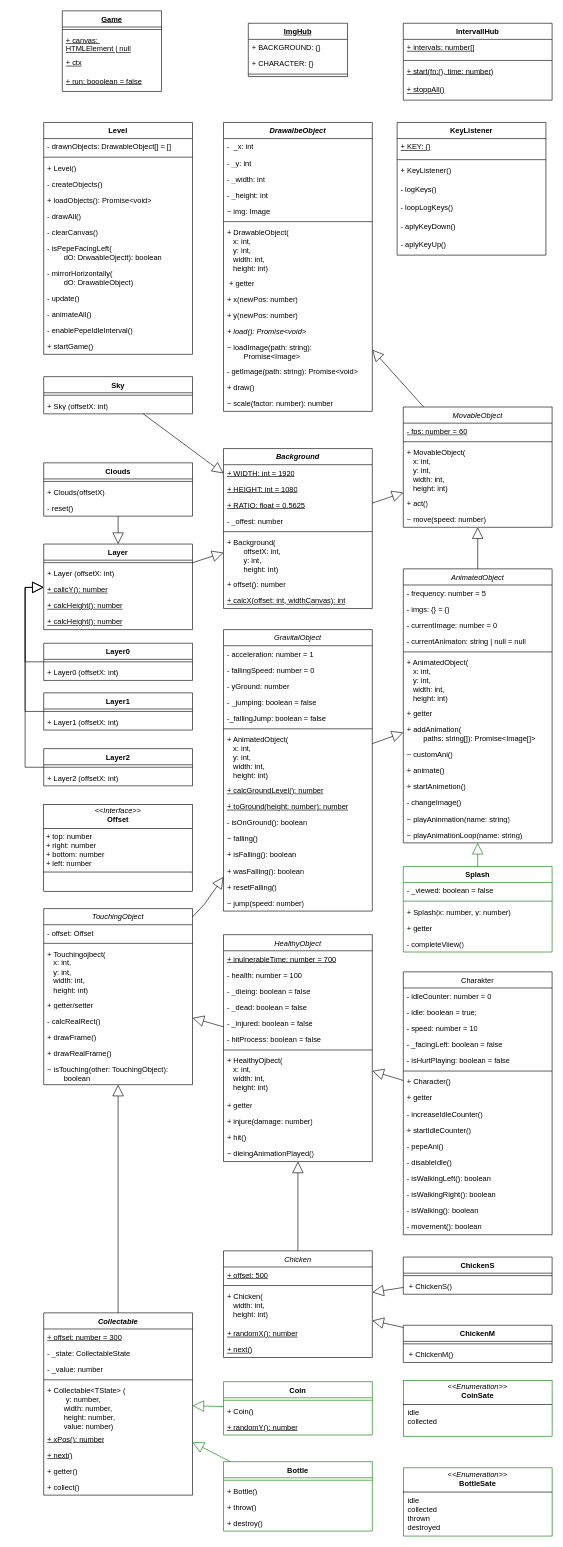
Before: docs/classes.drawio in elma1989/el-pollo-loco, a draw.io diagram. Source tidied: cells renumbered, new cells numbered last; positions are measured from the earlier drawing's top-left corner, leaving out a move shared by most shapes. Both pictures are drawn from the tidied source at 62%, with x=0, y=0 at pixel (25, 11).
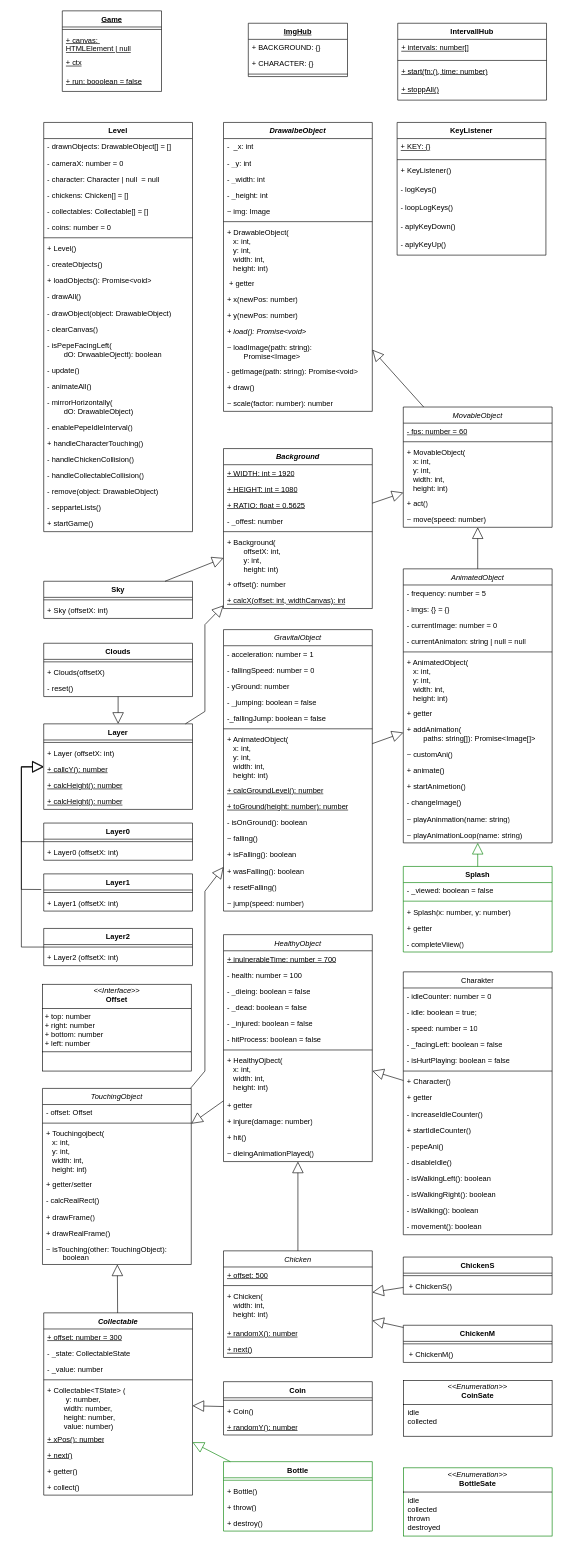
Above is the later version.

The change refers to these unchanged cells:
```xml
<mxCell id="27" value="Background" style="swimlane;fontStyle=3;align=center;verticalAlign=top;horizontal=1;startSize=26;whiteSpace=wrap;html=1;" parent="1" vertex="1">
  <mxGeometry x="320" y="706" width="240" height="258" as="geometry" />
</mxCell>
<mxCell id="133" value="GravitalObject" style="swimlane;align=center;verticalAlign=top;horizontal=1;startSize=26;whiteSpace=wrap;html=1;strokeColor=default;fontStyle=2;fontColor=default;" parent="1" vertex="1">
  <mxGeometry x="320" y="998" width="240" height="454" as="geometry" />
</mxCell>
<mxCell id="191" value="Collectable" style="swimlane;fontStyle=3;align=center;verticalAlign=top;horizontal=1;startSize=26;whiteSpace=wrap;html=1;strokeColor=default;" parent="1" vertex="1">
  <mxGeometry x="30" y="2100" width="240" height="294" as="geometry" />
</mxCell>
```

The edit, as a diff of the source:
```diff
@@
     <mxCell id="36" value="Sky" style="swimlane;fontStyle=1;align=center;verticalAlign=top;horizontal=1;startSize=26;whiteSpace=wrap;html=1;" parent="1" vertex="1">
-      <mxGeometry x="30" y="590" width="240" height="60" as="geometry" />
+      <mxGeometry x="30" y="920" width="240" height="60" as="geometry" />
     </mxCell>
@@
     <mxCell id="39" value="Layer" style="swimlane;fontStyle=1;align=center;verticalAlign=top;horizontal=1;startSize=26;whiteSpace=wrap;html=1;" parent="1" vertex="1">
-      <mxGeometry x="30" y="860" width="240" height="138" as="geometry" />
+      <mxGeometry x="30" y="1150" width="240" height="138" as="geometry" />
     </mxCell>
@@
     <mxCell id="45" value="Layer0" style="swimlane;fontStyle=1;align=center;verticalAlign=top;horizontal=1;startSize=26;whiteSpace=wrap;html=1;" parent="1" vertex="1">
-      <mxGeometry x="30" y="1020" width="240" height="60" as="geometry" />
+      <mxGeometry x="30" y="1310" width="240" height="60" as="geometry" />
     </mxCell>
@@
     <mxCell id="48" value="Layer1" style="swimlane;fontStyle=1;align=center;verticalAlign=top;horizontal=1;startSize=26;whiteSpace=wrap;html=1;" parent="1" vertex="1">
-      <mxGeometry x="30" y="1100" width="240" height="60" as="geometry" />
+      <mxGeometry x="30" y="1392" width="240" height="60" as="geometry" />
     </mxCell>
@@
     <mxCell id="51" value="Layer2" style="swimlane;fontStyle=1;align=center;verticalAlign=top;horizontal=1;startSize=26;whiteSpace=wrap;html=1;" parent="1" vertex="1">
-      <mxGeometry x="30" y="1190" width="240" height="60" as="geometry" />
+      <mxGeometry x="30" y="1480" width="240" height="60" as="geometry" />
     </mxCell>
@@
     <mxCell id="56" style="endArrow=block;endSize=16;endFill=0;html=1;rounded=0;" parent="1" edge="1" source="39" target="27">
-      <mxGeometry relative="1" as="geometry" />
+      <mxGeometry relative="1" as="geometry">
+        <Array as="points">
+          <mxPoint x="290" y="1130" />
+          <mxPoint x="290" y="990" />
+        </Array>
+      </mxGeometry>
     </mxCell>
-    <mxCell id="57" style="endArrow=block;endSize=16;endFill=0;html=1;rounded=0;exitX=0;exitY=0.5;exitDx=0;exitDy=0;" parent="1" edge="1" source="45" target="39">
-      <mxGeometry relative="1" as="geometry">
-        <Array as="points">
-          <mxPoint y="1050" />
-          <mxPoint y="930" />
-        </Array>
-      </mxGeometry>
-    </mxCell>
-    <mxCell id="58" style="endArrow=block;endSize=16;endFill=0;html=1;rounded=0;exitX=0;exitY=0.5;exitDx=0;exitDy=0;" parent="1" edge="1" source="48" target="39">
-      <mxGeometry relative="1" as="geometry">
-        <Array as="points">
-          <mxPoint y="1130" />
-          <mxPoint y="930" />
-        </Array>
-      </mxGeometry>
-    </mxCell>
-    <mxCell id="59" style="endArrow=block;endSize=16;endFill=0;html=1;rounded=0;exitX=0;exitY=0.5;exitDx=0;exitDy=0;" parent="1" edge="1" source="51" target="39">
-      <mxGeometry relative="1" as="geometry">
-        <Array as="points">
-          <mxPoint y="1220" />
-          <mxPoint y="930" />
-        </Array>
-      </mxGeometry>
-    </mxCell>
-    <mxCell id="60" value="Level" style="swimlane;fontStyle=1;align=center;verticalAlign=top;horizontal=1;startSize=26;whiteSpace=wrap;html=1;" parent="1" vertex="1">
-      <mxGeometry x="30" y="180" width="240" height="374" as="geometry" />
-    </mxCell>
-    <mxCell id="61" value="- drawnObjects: DrawableObject[] = []" style="text;strokeColor=none;fillColor=none;align=left;verticalAlign=top;spacingLeft=4;spacingRight=4;overflow=hidden;whiteSpace=wrap;html=1;" parent="60" vertex="1">
-      <mxGeometry y="26" width="240" height="26" as="geometry" />
-    </mxCell>
-    <mxCell id="62" style="line;strokeWidth=1;fillColor=none;align=left;verticalAlign=middle;spacingTop=-1;spacingLeft=3;spacingRight=3;labelPosition=right;strokeColor=inherit;" parent="60" vertex="1">
-      <mxGeometry y="52" width="240" height="8" as="geometry" />
-    </mxCell>
-    <mxCell id="63" value="+ Level()" style="text;strokeColor=none;fillColor=none;align=left;verticalAlign=top;spacingLeft=4;spacingRight=4;overflow=hidden;whiteSpace=wrap;html=1;" parent="60" vertex="1">
-      <mxGeometry y="60" width="240" height="26" as="geometry" />
-    </mxCell>
-    <mxCell id="64" value="- createObjects()" style="text;strokeColor=none;fillColor=none;align=left;verticalAlign=top;spacingLeft=4;spacingRight=4;overflow=hidden;whiteSpace=wrap;html=1;" parent="60" vertex="1">
-      <mxGeometry y="86" width="240" height="26" as="geometry" />
-    </mxCell>
-    <mxCell id="65" value="+ loadObjects(): Promise&amp;lt;void&amp;gt;" style="text;strokeColor=none;fillColor=none;align=left;verticalAlign=top;spacingLeft=4;spacingRight=4;overflow=hidden;whiteSpace=wrap;html=1;" parent="60" vertex="1">
-      <mxGeometry y="112" width="240" height="26" as="geometry" />
-    </mxCell>
-    <mxCell id="66" value="- drawAll()" style="text;strokeColor=none;fillColor=none;align=left;verticalAlign=top;spacingLeft=4;spacingRight=4;overflow=hidden;whiteSpace=wrap;html=1;" parent="60" vertex="1">
-      <mxGeometry y="138" width="240" height="26" as="geometry" />
-    </mxCell>
-    <mxCell id="67" value="- clearCanvas()" style="text;align=left;verticalAlign=top;spacingLeft=4;spacingRight=4;overflow=hidden;whiteSpace=wrap;html=1;" parent="60" vertex="1">
-      <mxGeometry y="164" width="240" height="26" as="geometry" />
-    </mxCell>
-    <mxCell id="68" value="- isPepeFacingLeft(&lt;div&gt;&lt;span style=&quot;white-space: pre;&quot;&gt;&#9;&lt;/span&gt;dO: DrwaableOjectt): boolean&lt;/div&gt;" style="text;strokeColor=none;fillColor=none;align=left;verticalAlign=top;spacingLeft=4;spacingRight=4;overflow=hidden;whiteSpace=wrap;html=1;" parent="60" vertex="1">
-      <mxGeometry y="190" width="240" height="40" as="geometry" />
-    </mxCell>
-    <mxCell id="69" value="- mirrorHorizontally(&lt;div&gt;&lt;span style=&quot;white-space: pre;&quot;&gt;&#9;&lt;/span&gt;dO: DrawableObject)&lt;/div&gt;" style="text;strokeColor=none;fillColor=none;align=left;verticalAlign=top;spacingLeft=4;spacingRight=4;overflow=hidden;whiteSpace=wrap;html=1;" parent="60" vertex="1">
-      <mxGeometry y="230" width="240" height="40" as="geometry" />
-    </mxCell>
-    <mxCell id="70" value="- update()" style="text;strokeColor=none;fillColor=none;align=left;verticalAlign=top;spacingLeft=4;spacingRight=4;overflow=hidden;whiteSpace=wrap;html=1;" parent="60" vertex="1">
-      <mxGeometry y="270" width="240" height="26" as="geometry" />
-    </mxCell>
-    <mxCell id="71" value="- animateAll()" style="text;strokeColor=none;fillColor=none;align=left;verticalAlign=top;spacingLeft=4;spacingRight=4;overflow=hidden;whiteSpace=wrap;html=1;" parent="60" vertex="1">
-      <mxGeometry y="296" width="240" height="26" as="geometry" />
-    </mxCell>
-    <mxCell id="72" value="- enablePepeIdleInterval()" style="text;strokeColor=none;fillColor=none;align=left;verticalAlign=top;spacingLeft=4;spacingRight=4;overflow=hidden;whiteSpace=wrap;html=1;" parent="60" vertex="1">
-      <mxGeometry y="322" width="240" height="26" as="geometry" />
-    </mxCell>
-    <mxCell id="73" value="+ startGame()" style="text;strokeColor=none;fillColor=none;align=left;verticalAlign=top;spacingLeft=4;spacingRight=4;overflow=hidden;whiteSpace=wrap;html=1;" parent="60" vertex="1">
-      <mxGeometry y="348" width="240" height="26" as="geometry" />
-    </mxCell>
@@
     <mxCell id="80" value="IntervallHub" style="swimlane;align=center;verticalAlign=top;horizontal=1;startSize=26;whiteSpace=wrap;html=1;strokeColor=default;" parent="1" vertex="1">
-      <mxGeometry x="610" y="20" width="240" height="124" as="geometry" />
+      <mxGeometry x="601" y="20" width="240" height="124" as="geometry" />
     </mxCell>
@@
     <mxCell id="85" value="Clouds" style="swimlane;align=center;verticalAlign=top;horizontal=1;startSize=26;whiteSpace=wrap;html=1;strokeColor=default;" parent="1" vertex="1">
-      <mxGeometry x="30" y="729" width="240" height="86" as="geometry" />
+      <mxGeometry x="30" y="1020" width="240" height="86" as="geometry" />
     </mxCell>
@@
     <mxCell id="151" value="TouchingObject" style="swimlane;align=center;verticalAlign=top;horizontal=1;startSize=26;whiteSpace=wrap;html=1;strokeColor=default;fontStyle=2;fontColor=default;" parent="1" vertex="1">
-      <mxGeometry x="30" y="1448" width="240" height="284" as="geometry" />
+      <mxGeometry x="28" y="1738" width="240" height="284" as="geometry" />
     </mxCell>
@@
     <mxCell id="160" style="endArrow=block;endSize=16;endFill=0;html=1;rounded=0;strokeColor=default;" parent="1" edge="1" source="151" target="133">
       <mxGeometry relative="1" as="geometry">
         <Array as="points">
-          <mxPoint x="290" y="1440" />
+          <mxPoint x="290" y="1710" />
+          <mxPoint x="290" y="1420" />
         </Array>
       </mxGeometry>
     </mxCell>
@@
     <mxCell id="182" value="&lt;p style=&quot;margin:0px;margin-top:4px;text-align:center;&quot;&gt;&lt;i&gt;&amp;lt;&amp;lt;Interface&amp;gt;&amp;gt;&lt;/i&gt;&lt;br&gt;&lt;b&gt;Offset&lt;/b&gt;&lt;/p&gt;&lt;hr size=&quot;1&quot; style=&quot;border-style:solid;&quot;&gt;&lt;p style=&quot;margin:0px;margin-left:4px;&quot;&gt;+ top: number&lt;br&gt;+ right: number&lt;/p&gt;&lt;p style=&quot;margin:0px;margin-left:4px;&quot;&gt;+ bottom: number&lt;/p&gt;&lt;p style=&quot;margin:0px;margin-left:4px;&quot;&gt;+ left: number&lt;/p&gt;&lt;hr size=&quot;1&quot; style=&quot;border-style:solid;&quot;&gt;&lt;p style=&quot;margin:0px;margin-left:4px;&quot;&gt;&lt;br&gt;&lt;/p&gt;" style="verticalAlign=top;align=left;overflow=fill;html=1;whiteSpace=wrap;" parent="1" vertex="1">
-      <mxGeometry x="30" y="1280" width="240" height="140" as="geometry" />
+      <mxGeometry x="28" y="1570" width="240" height="140" as="geometry" />
     </mxCell>
@@
-    <mxCell id="209" value="Coin" style="swimlane;fontStyle=1;align=center;verticalAlign=top;horizontal=1;startSize=26;whiteSpace=wrap;html=1;strokeColor=light-dark(#008000,#80FF80);" parent="1" vertex="1">
+    <mxCell id="209" value="Coin" style="swimlane;fontStyle=1;align=center;verticalAlign=top;horizontal=1;startSize=26;whiteSpace=wrap;html=1;strokeColor=default;" parent="1" vertex="1">
       <mxGeometry x="320" y="2211" width="240" height="86" as="geometry" />
     </mxCell>
@@
-    <mxCell id="213" style="endArrow=block;endSize=16;endFill=0;html=1;rounded=0;strokeColor=light-dark(#008000,#80FF80);" parent="1" edge="1" source="209" target="191">
+    <mxCell id="213" style="endArrow=block;endSize=16;endFill=0;html=1;rounded=0;strokeColor=default;" parent="1" edge="1" source="209" target="191">
       <mxGeometry relative="1" as="geometry" />
     </mxCell>
-    <mxCell id="214" value="&lt;p style=&quot;margin:0px;margin-top:4px;text-align:center;&quot;&gt;&lt;i&gt;&amp;lt;&amp;lt;Enumeration&amp;gt;&amp;gt;&lt;/i&gt;&lt;br&gt;&lt;b&gt;CoinSate&lt;/b&gt;&lt;/p&gt;&lt;hr size=&quot;1&quot; style=&quot;border-style:solid;&quot;&gt;&lt;p style=&quot;margin:0px;margin-left:4px;&quot;&gt;&amp;nbsp;idle&lt;/p&gt;&lt;p style=&quot;margin:0px;margin-left:4px;&quot;&gt;&amp;nbsp;collected&lt;/p&gt;" style="verticalAlign=top;align=left;overflow=fill;html=1;whiteSpace=wrap;strokeColor=light-dark(#008000,#80FF80);" parent="1" vertex="1">
+    <mxCell id="214" value="&lt;p style=&quot;margin:0px;margin-top:4px;text-align:center;&quot;&gt;&lt;i&gt;&amp;lt;&amp;lt;Enumeration&amp;gt;&amp;gt;&lt;/i&gt;&lt;br&gt;&lt;b&gt;CoinSate&lt;/b&gt;&lt;/p&gt;&lt;hr size=&quot;1&quot; style=&quot;border-style:solid;&quot;&gt;&lt;p style=&quot;margin:0px;margin-left:4px;&quot;&gt;&amp;nbsp;idle&lt;/p&gt;&lt;p style=&quot;margin:0px;margin-left:4px;&quot;&gt;&amp;nbsp;collected&lt;/p&gt;" style="verticalAlign=top;align=left;overflow=fill;html=1;whiteSpace=wrap;strokeColor=default;" parent="1" vertex="1">
       <mxGeometry x="610" y="2209" width="240" height="90" as="geometry" />
     </mxCell>
@@
+    <mxCell id="60" value="Level" style="swimlane;fontStyle=1;align=center;verticalAlign=top;horizontal=1;startSize=26;whiteSpace=wrap;html=1;" parent="1" vertex="1">
+      <mxGeometry x="30" y="180" width="240" height="660" as="geometry" />
+    </mxCell>
+    <mxCell id="61" value="- drawnObjects: DrawableObject[] = []" style="text;strokeColor=none;fillColor=none;align=left;verticalAlign=top;spacingLeft=4;spacingRight=4;overflow=hidden;whiteSpace=wrap;html=1;" parent="60" vertex="1">
+      <mxGeometry y="26" width="240" height="26" as="geometry" />
+    </mxCell>
+    <mxCell id="222" value="- cameraX: number = 0" style="text;strokeColor=none;fillColor=none;align=left;verticalAlign=top;spacingLeft=4;spacingRight=4;overflow=hidden;whiteSpace=wrap;html=1;" parent="60" vertex="1">
+      <mxGeometry y="52" width="240" height="26" as="geometry" />
+    </mxCell>
+    <mxCell id="223" value="- character: Character | null&amp;nbsp; = null" style="text;strokeColor=none;fillColor=none;align=left;verticalAlign=top;spacingLeft=4;spacingRight=4;overflow=hidden;whiteSpace=wrap;html=1;" parent="60" vertex="1">
+      <mxGeometry y="78" width="240" height="26" as="geometry" />
+    </mxCell>
+    <mxCell id="224" value="- chickens: Chicken[] = []" style="text;strokeColor=none;fillColor=none;align=left;verticalAlign=top;spacingLeft=4;spacingRight=4;overflow=hidden;whiteSpace=wrap;html=1;" parent="60" vertex="1">
+      <mxGeometry y="104" width="240" height="26" as="geometry" />
+    </mxCell>
+    <mxCell id="225" value="- collectables: Collectable[] = []" style="text;strokeColor=none;fillColor=none;align=left;verticalAlign=top;spacingLeft=4;spacingRight=4;overflow=hidden;whiteSpace=wrap;html=1;fontColor=default;" parent="60" vertex="1">
+      <mxGeometry y="130" width="240" height="26" as="geometry" />
+    </mxCell>
+    <mxCell id="226" value="- coins: number = 0" style="text;strokeColor=none;fillColor=none;align=left;verticalAlign=top;spacingLeft=4;spacingRight=4;overflow=hidden;whiteSpace=wrap;html=1;fontColor=default;" parent="60" vertex="1">
+      <mxGeometry y="156" width="240" height="26" as="geometry" />
+    </mxCell>
+    <mxCell id="227" style="line;strokeWidth=1;fillColor=none;align=left;verticalAlign=middle;spacingTop=-1;spacingLeft=3;spacingRight=3;labelPosition=right;strokeColor=inherit;" parent="60" vertex="1">
+      <mxGeometry y="182" width="240" height="8" as="geometry" />
+    </mxCell>
+    <mxCell id="63" value="+ Level()" style="text;strokeColor=none;fillColor=none;align=left;verticalAlign=top;spacingLeft=4;spacingRight=4;overflow=hidden;whiteSpace=wrap;html=1;" parent="60" vertex="1">
+      <mxGeometry y="190" width="240" height="26" as="geometry" />
+    </mxCell>
+    <mxCell id="64" value="- createObjects()" style="text;strokeColor=none;fillColor=none;align=left;verticalAlign=top;spacingLeft=4;spacingRight=4;overflow=hidden;whiteSpace=wrap;html=1;" parent="60" vertex="1">
+      <mxGeometry y="216" width="240" height="26" as="geometry" />
+    </mxCell>
+    <mxCell id="65" value="+ loadObjects(): Promise&amp;lt;void&amp;gt;" style="text;strokeColor=none;fillColor=none;align=left;verticalAlign=top;spacingLeft=4;spacingRight=4;overflow=hidden;whiteSpace=wrap;html=1;" parent="60" vertex="1">
+      <mxGeometry y="242" width="240" height="26" as="geometry" />
+    </mxCell>
+    <mxCell id="66" value="- drawAll()" style="text;strokeColor=none;fillColor=none;align=left;verticalAlign=top;spacingLeft=4;spacingRight=4;overflow=hidden;whiteSpace=wrap;html=1;" parent="60" vertex="1">
+      <mxGeometry y="268" width="240" height="26" as="geometry" />
+    </mxCell>
+    <mxCell id="228" value="- drawObject(object: DrawableObject)" style="text;strokeColor=none;fillColor=none;align=left;verticalAlign=top;spacingLeft=4;spacingRight=4;overflow=hidden;whiteSpace=wrap;html=1;fontColor=default;" parent="60" vertex="1">
+      <mxGeometry y="294" width="240" height="26" as="geometry" />
+    </mxCell>
+    <mxCell id="67" value="- clearCanvas()" style="text;align=left;verticalAlign=top;spacingLeft=4;spacingRight=4;overflow=hidden;whiteSpace=wrap;html=1;" parent="60" vertex="1">
+      <mxGeometry y="320" width="240" height="26" as="geometry" />
+    </mxCell>
+    <mxCell id="68" value="- isPepeFacingLeft(&lt;div&gt;&lt;span style=&quot;white-space: pre;&quot;&gt;&#9;&lt;/span&gt;dO: DrwaableOjectt): boolean&lt;/div&gt;" style="text;strokeColor=none;fillColor=none;align=left;verticalAlign=top;spacingLeft=4;spacingRight=4;overflow=hidden;whiteSpace=wrap;html=1;" parent="60" vertex="1">
+      <mxGeometry y="346" width="240" height="40" as="geometry" />
+    </mxCell>
+    <mxCell id="70" value="- update()" style="text;strokeColor=none;fillColor=none;align=left;verticalAlign=top;spacingLeft=4;spacingRight=4;overflow=hidden;whiteSpace=wrap;html=1;" parent="60" vertex="1">
+      <mxGeometry y="386" width="240" height="26" as="geometry" />
+    </mxCell>
+    <mxCell id="71" value="- animateAll()" style="text;strokeColor=none;fillColor=none;align=left;verticalAlign=top;spacingLeft=4;spacingRight=4;overflow=hidden;whiteSpace=wrap;html=1;" parent="60" vertex="1">
+      <mxGeometry y="412" width="240" height="26" as="geometry" />
+    </mxCell>
+    <mxCell id="69" value="- mirrorHorizontally(&lt;div&gt;&lt;span style=&quot;white-space: pre;&quot;&gt;&#9;&lt;/span&gt;dO: DrawableObject)&lt;/div&gt;" style="text;strokeColor=none;fillColor=none;align=left;verticalAlign=top;spacingLeft=4;spacingRight=4;overflow=hidden;whiteSpace=wrap;html=1;" parent="60" vertex="1">
+      <mxGeometry y="438" width="240" height="40" as="geometry" />
+    </mxCell>
+    <mxCell id="72" value="- enablePepeIdleInterval()" style="text;strokeColor=none;fillColor=none;align=left;verticalAlign=top;spacingLeft=4;spacingRight=4;overflow=hidden;whiteSpace=wrap;html=1;" parent="60" vertex="1">
+      <mxGeometry y="478" width="240" height="26" as="geometry" />
+    </mxCell>
+    <mxCell id="229" value="+ handleCharacterTouching()" style="text;strokeColor=none;fillColor=none;align=left;verticalAlign=top;spacingLeft=4;spacingRight=4;overflow=hidden;whiteSpace=wrap;html=1;" parent="60" vertex="1">
+      <mxGeometry y="504" width="240" height="26" as="geometry" />
+    </mxCell>
+    <mxCell id="230" value="- handleChickenCollision()" style="text;strokeColor=none;fillColor=none;align=left;verticalAlign=top;spacingLeft=4;spacingRight=4;overflow=hidden;whiteSpace=wrap;html=1;fontColor=default;" parent="60" vertex="1">
+      <mxGeometry y="530" width="240" height="26" as="geometry" />
+    </mxCell>
+    <mxCell id="231" value="- handleCollectableCollision()" style="text;strokeColor=none;fillColor=none;align=left;verticalAlign=top;spacingLeft=4;spacingRight=4;overflow=hidden;whiteSpace=wrap;html=1;fontColor=default;" parent="60" vertex="1">
+      <mxGeometry y="556" width="240" height="26" as="geometry" />
+    </mxCell>
+    <mxCell id="232" value="- remove(object: DrawableObject)" style="text;strokeColor=none;fillColor=none;align=left;verticalAlign=top;spacingLeft=4;spacingRight=4;overflow=hidden;whiteSpace=wrap;html=1;fontColor=default;" parent="60" vertex="1">
+      <mxGeometry y="582" width="240" height="26" as="geometry" />
+    </mxCell>
+    <mxCell id="233" value="- sepparteLists()" style="text;strokeColor=none;fillColor=none;align=left;verticalAlign=top;spacingLeft=4;spacingRight=4;overflow=hidden;whiteSpace=wrap;html=1;fontColor=default;" parent="60" vertex="1">
+      <mxGeometry y="608" width="240" height="26" as="geometry" />
+    </mxCell>
+    <mxCell id="73" value="+ startGame()" style="text;strokeColor=none;fillColor=none;align=left;verticalAlign=top;spacingLeft=4;spacingRight=4;overflow=hidden;whiteSpace=wrap;html=1;" parent="60" vertex="1">
+      <mxGeometry y="634" width="240" height="26" as="geometry" />
+    </mxCell>
+    <mxCell id="57" style="endArrow=block;endSize=16;endFill=0;html=1;rounded=0;strokeColor=default;" parent="1" edge="1" source="45" target="39">
+      <mxGeometry relative="1" as="geometry">
+        <Array as="points">
+          <mxPoint x="-6" y="1340" />
+          <mxPoint x="-6" y="1220" />
+        </Array>
+      </mxGeometry>
+    </mxCell>
+    <mxCell id="234" style="endArrow=block;endSize=16;endFill=0;html=1;rounded=0;strokeColor=default;" parent="1" edge="1">
+      <mxGeometry relative="1" as="geometry">
+        <mxPoint x="26" y="1417.2" as="sourcePoint" />
+        <mxPoint x="30" y="1219" as="targetPoint" />
+        <Array as="points">
+          <mxPoint x="-6" y="1417" />
+          <mxPoint x="-6" y="1219" />
+        </Array>
+      </mxGeometry>
+    </mxCell>
+    <mxCell id="235" style="endArrow=block;endSize=16;endFill=0;html=1;rounded=0;strokeColor=default;" parent="1" edge="1" source="51">
+      <mxGeometry relative="1" as="geometry">
+        <mxPoint x="30" y="1219" as="targetPoint" />
+        <Array as="points">
+          <mxPoint x="-6" y="1510" />
+          <mxPoint x="-6" y="1219" />
+        </Array>
+      </mxGeometry>
+    </mxCell>
```
